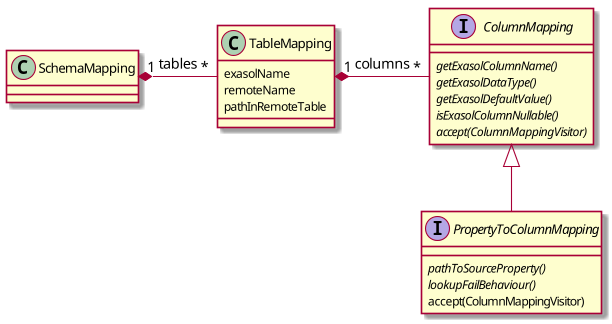
This is doc/diagrams/mappingDefinition.png from exasol/dynamodb-virtual-schema, a PlantUML export, as it was before one commit.
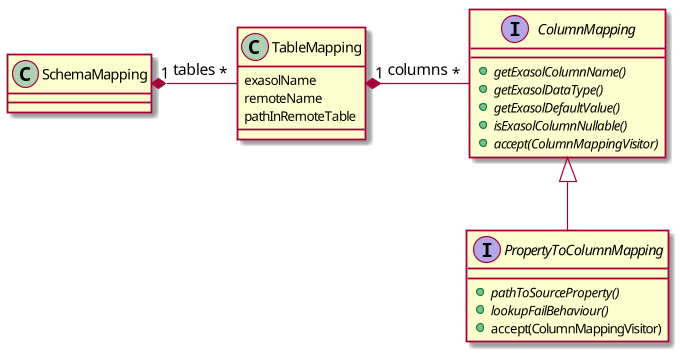
After the commit.

Change to the diagram source:
```diff
@@ -1,18 +1,18 @@
 @startuml
 
 interface ColumnMapping{
-{abstract} getExasolColumnName()
-{abstract} getExasolDataType()
-{abstract} getExasolDefaultValue()
-{abstract} isExasolColumnNullable()
-{abstract} accept(ColumnMappingVisitor)
++{abstract} getExasolColumnName()
++{abstract} getExasolDataType()
++{abstract} getExasolDefaultValue()
++{abstract} isExasolColumnNullable()
++{abstract} accept(ColumnMappingVisitor)
 }
 
 
 interface PropertyToColumnMapping{
-{abstract} pathToSourceProperty()
-{abstract} lookupFailBehaviour()
-accept(ColumnMappingVisitor)
++{abstract} pathToSourceProperty()
++{abstract} lookupFailBehaviour()
++accept(ColumnMappingVisitor)
 }
 
 ColumnMapping <|-- PropertyToColumnMapping
```
